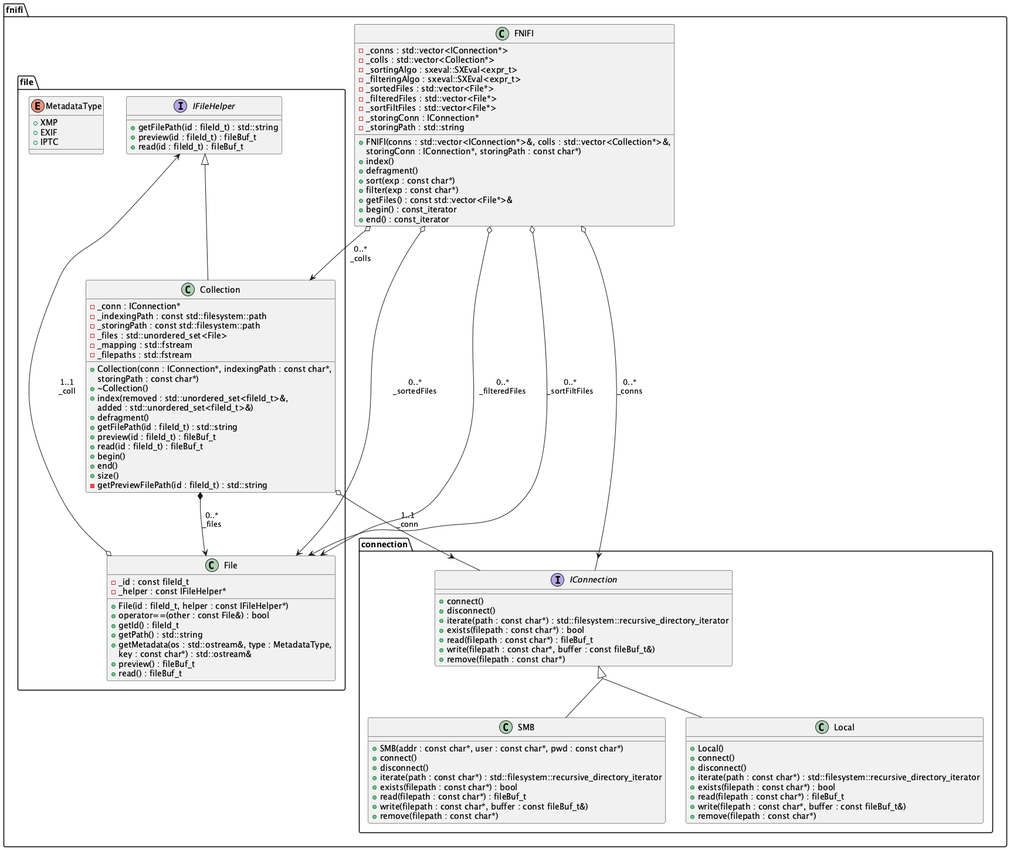
Earlier version of the PlantUML export resources/architecture.png (abadiet/FNIFI).
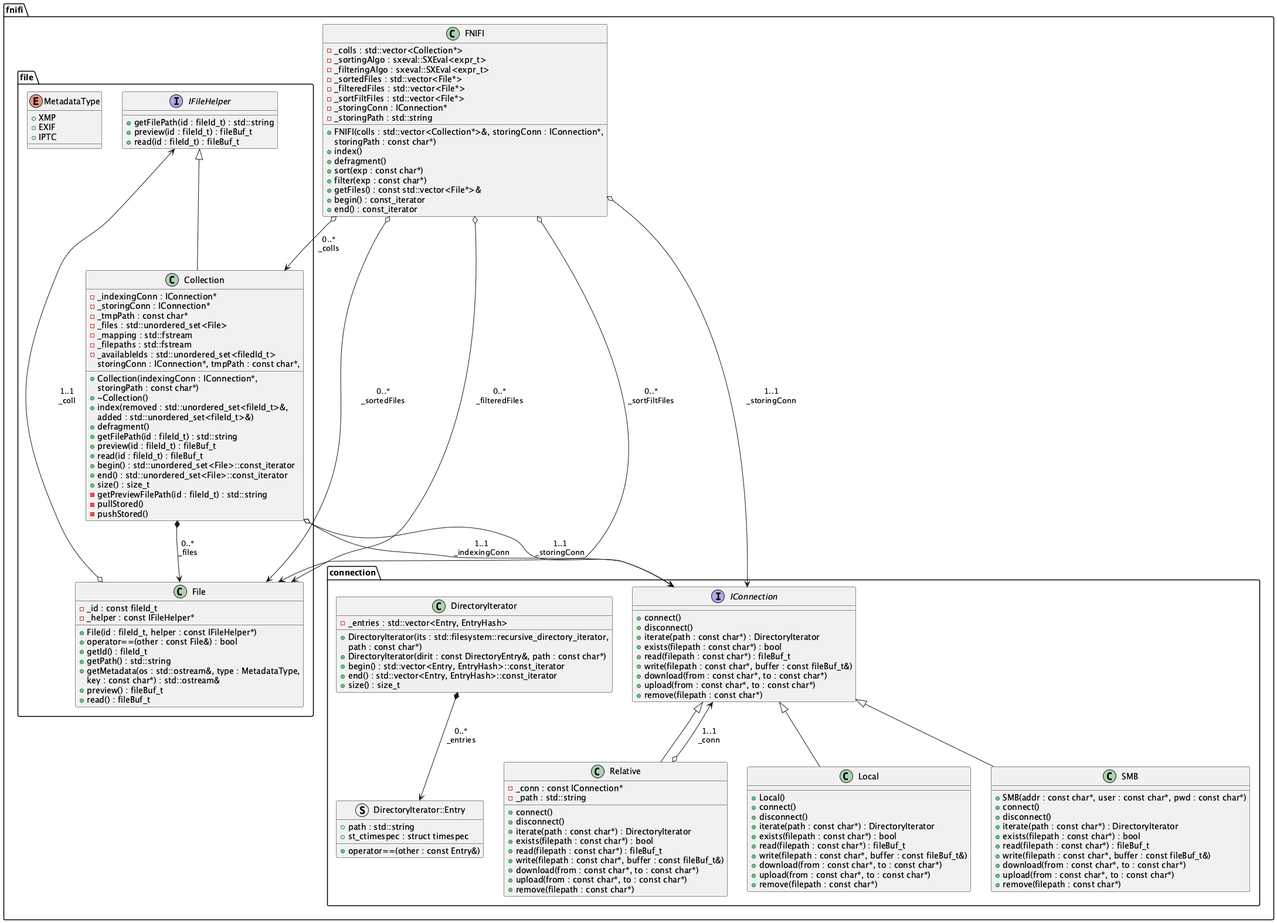
After the change.

What changed in the source:
```diff
@@ -1,10 +1,8 @@
 @startuml
 
-skinparam groupinheritance 2
 
 package fnifi {
     class FNIFI {
-        -_conns : std::vector<IConnection*>
         -_colls : std::vector<Collection*>
         -_sortingAlgo : sxeval::SXEval<expr_t>
         -_filteringAlgo : sxeval::SXEval<expr_t>
@@ -13,8 +11,8 @@
         -_sortFiltFiles : std::vector<File*>
         -_storingConn : IConnection*
         -_storingPath : std::string
-        +FNIFI(conns : std::vector<IConnection*>&, colls : std::vector<Collection*>&,
-        storingConn : IConnection*, storingPath : const char*)
+        +FNIFI(colls : std::vector<Collection*>&, storingConn : IConnection*,
+        storingPath : const char*)
         +index()
         +defragment()
         +sort(exp : const char*)
@@ -51,13 +49,15 @@
         }
 
         class Collection extends IFileHelper {
-            -_conn : IConnection*
-            -_indexingPath : const std::filesystem::path
-            -_storingPath : const std::filesystem::path
+            -_indexingConn : IConnection*
+            -_storingConn : IConnection*
+            -_tmpPath : const char*
             -_files : std::unordered_set<File>
             -_mapping : std::fstream
             -_filepaths : std::fstream
-            +Collection(conn : IConnection*, indexingPath : const char*,
+            -_availableIds : std::unordered_set<filedId_t>
+            +Collection(indexingConn : IConnection*,
+            storingConn : IConnection*, tmpPath : const char*,
             storingPath : const char*)
             +~Collection()
             +index(removed : std::unordered_set<fileId_t>&,
@@ -66,21 +66,55 @@
             +getFilePath(id : fileId_t) : std::string
             +preview(id : fileId_t) : fileBuf_t
             +read(id : fileId_t) : fileBuf_t
-            +begin()
-            +end()
-            +size()
+            +begin() : std::unordered_set<File>::const_iterator
+            +end() : std::unordered_set<File>::const_iterator
+            +size() : size_t
             -getPreviewFilePath(id : fileId_t) : std::string
+            -pullStored()
+            -pushStored()
         }
     }
 
     package connection {
+        struct DirectoryIterator::Entry {
+            +path : std::string
+            +st_ctimespec : struct timespec
+            +operator==(other : const Entry&)
+        }
+
+        class DirectoryIterator {
+            -_entries : std::vector<Entry, EntryHash>
+            +DirectoryIterator(its : std::filesystem::recursive_directory_iterator,
+            path : const char*)
+            +DirectoryIterator(dirit : const DirectoryEntry&, path : const char*)
+            +begin() : std::vector<Entry, EntryHash>::const_iterator
+            +end() : std::vector<Entry, EntryHash>::const_iterator
+            +size() : size_t
+        }
+
         interface IConnection {
             +connect()
             +disconnect()
-            +iterate(path : const char*) : std::filesystem::recursive_directory_iterator
+            +iterate(path : const char*) : DirectoryIterator
             +exists(filepath : const char*) : bool
             +read(filepath : const char*) : fileBuf_t
             +write(filepath : const char*, buffer : const fileBuf_t&)
+            +download(from : const char*, to : const char*)
+            +upload(from : const char*, to : const char*)
+            +remove(filepath : const char*)
+        }
+
+        class Relative extends IConnection {
+            -_conn : const IConnection*
+            -_path : std::string
+            +connect()
+            +disconnect()
+            +iterate(path : const char*) : DirectoryIterator
+            +exists(filepath : const char*) : bool
+            +read(filepath : const char*) : fileBuf_t
+            +write(filepath : const char*, buffer : const fileBuf_t&)
+            +download(from : const char*, to : const char*)
+            +upload(from : const char*, to : const char*)
             +remove(filepath : const char*)
         }
 
@@ -88,10 +122,12 @@
             +SMB(addr : const char*, user : const char*, pwd : const char*)
             +connect()
             +disconnect()
-            +iterate(path : const char*) : std::filesystem::recursive_directory_iterator
+            +iterate(path : const char*) : DirectoryIterator
             +exists(filepath : const char*) : bool
             +read(filepath : const char*) : fileBuf_t
             +write(filepath : const char*, buffer : const fileBuf_t&)
+            +download(from : const char*, to : const char*)
+            +upload(from : const char*, to : const char*)
             +remove(filepath : const char*)
         }
 
@@ -99,22 +135,27 @@
             +Local()
             +connect()
             +disconnect()
-            +iterate(path : const char*) : std::filesystem::recursive_directory_iterator
+            +iterate(path : const char*) : DirectoryIterator
             +exists(filepath : const char*) : bool
             +read(filepath : const char*) : fileBuf_t
             +write(filepath : const char*, buffer : const fileBuf_t&)
+            +download(from : const char*, to : const char*)
+            +upload(from : const char*, to : const char*)
             +remove(filepath : const char*)
         }
     }
 
-    FNIFI o--> IConnection : 0..*\n_conns
     FNIFI o--> Collection : 0..*\n_colls
-    Collection *--> File : 0..*\n_files
     FNIFI o--> File : 0..*\n_sortedFiles
     FNIFI o--> File : 0..*\n_filteredFiles
     FNIFI o--> File : 0..*\n_sortFiltFiles
+    FNIFI o--> IConnection : 1..1\n_storingConn
     File o--> IFileHelper : 1..1\n_coll
-    Collection o--> IConnection : 1..1\n_conn
+    Collection o--> IConnection : 1..1\n_indexingConn
+    Collection o--> IConnection : 1..1\n_storingConn
+    Collection *--> File : 0..*\n_files
+    Relative o--> IConnection : 1..1\n_conn
+    DirectoryIterator *--> DirectoryIterator::Entry : 0..*\n_entries
 }
 
 @enduml
```
